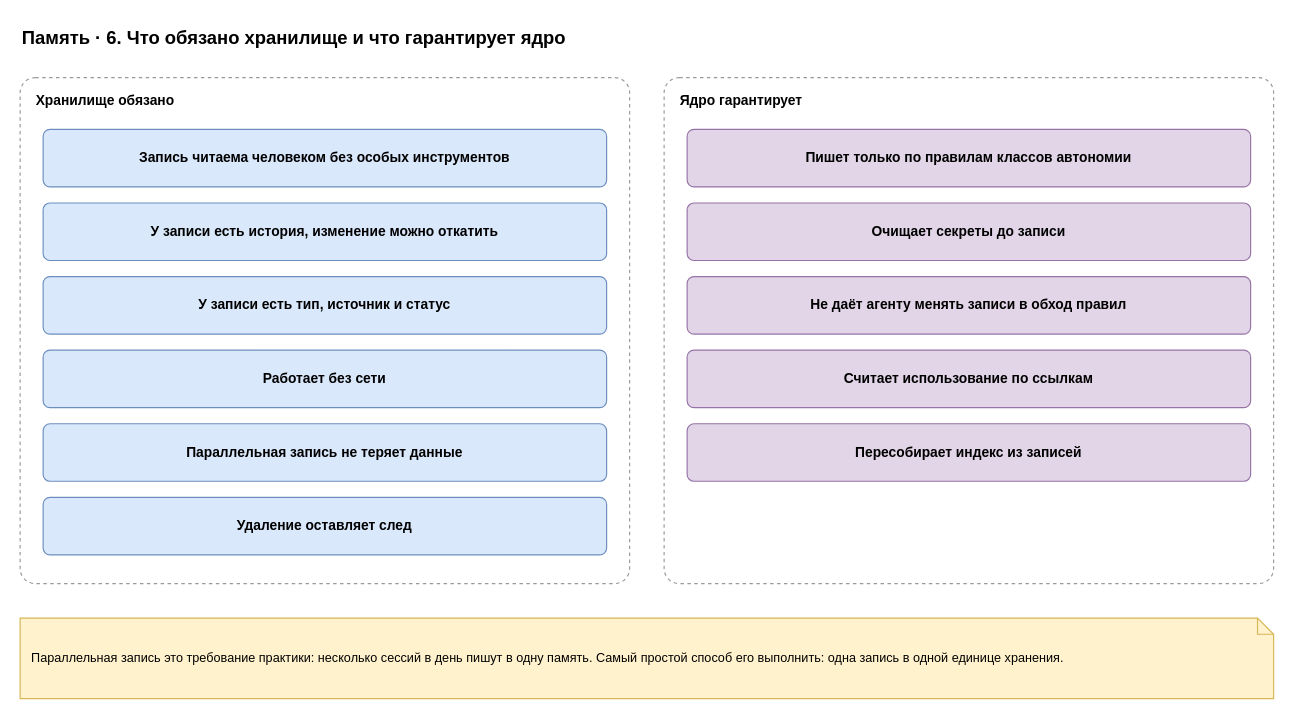
Before: page "6. Обязательства" (6 of 7) of docs/spec/harness-memory.drawio in roygkov/reins, a draw.io diagram. Source tidied: cells renumbered, new cells numbered last; positions are measured from the earlier drawing's top-left corner, leaving out a move shared by most shapes. Both pictures are drawn from the tidied source at 115%, with x=0, y=0 at pixel (20, 20).
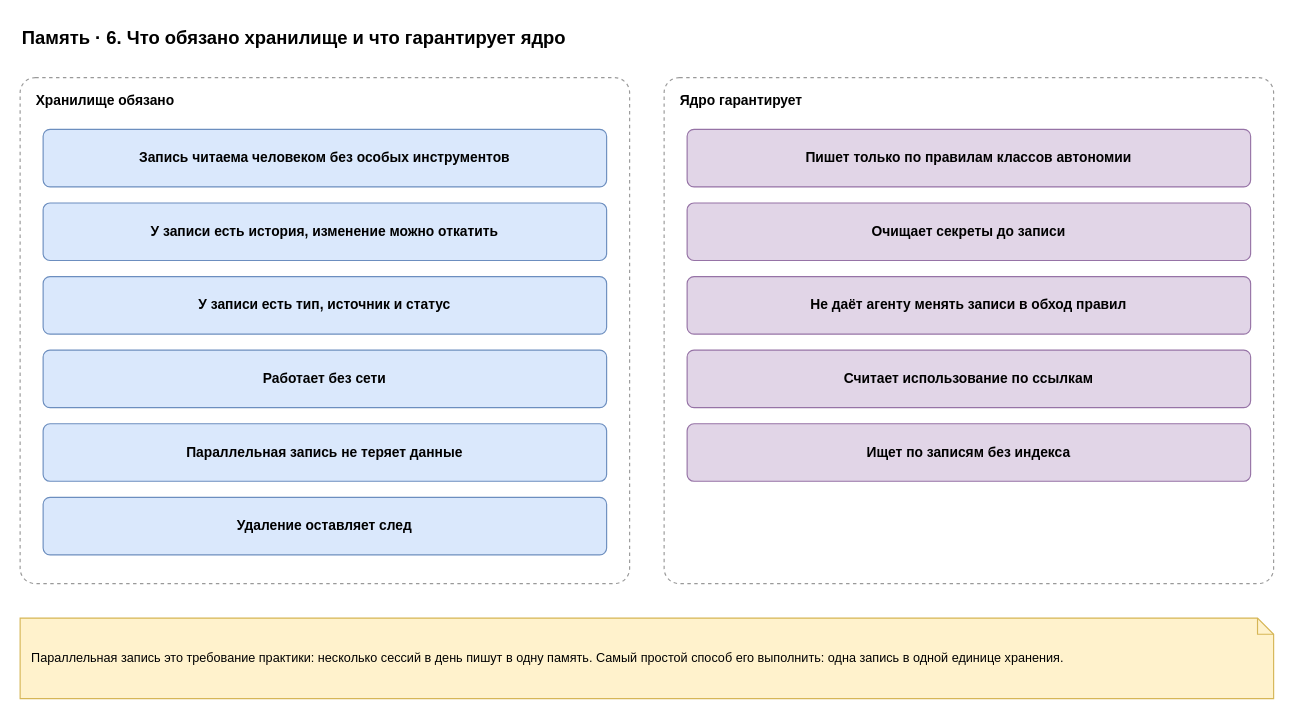
The same page after the edit.

What changed in the source:
```diff
@@
 <mxGraphModel>
   <root>
     <mxCell id="0" />
     <mxCell id="1" parent="0" />
     <mxCell id="2" value="Память · 6. Что обязано хранилище и что гарантирует ядро" style="text;html=1;align=left;verticalAlign=middle;whiteSpace=wrap;fontSize=16;strokeColor=none;fillColor=none;fontStyle=1;" parent="1" vertex="1">
       <mxGeometry width="900" height="30" as="geometry" />
     </mxCell>
     <mxCell id="3" value="&lt;b&gt;Хранилище обязано&lt;/b&gt;" style="rounded=1;whiteSpace=wrap;html=1;dashed=1;fillColor=none;strokeColor=#999999;verticalAlign=top;align=left;spacingLeft=12;spacingTop=6;arcSize=3;" parent="1" vertex="1">
       <mxGeometry y="50" width="530" height="440" as="geometry" />
     </mxCell>
     <mxCell id="4" value="&lt;b&gt;Запись читаема человеком без особых инструментов&lt;/b&gt;" style="rounded=1;whiteSpace=wrap;html=1;fillColor=#dae8fc;strokeColor=#6c8ebf;arcSize=12;" parent="1" vertex="1">
       <mxGeometry x="20" y="95" width="490" height="50" as="geometry" />
     </mxCell>
     <mxCell id="5" value="&lt;b&gt;У записи есть история, изменение можно откатить&lt;/b&gt;" style="rounded=1;whiteSpace=wrap;html=1;fillColor=#dae8fc;strokeColor=#6c8ebf;arcSize=12;" parent="1" vertex="1">
       <mxGeometry x="20" y="159" width="490" height="50" as="geometry" />
     </mxCell>
     <mxCell id="6" value="&lt;b&gt;У записи есть тип, источник и статус&lt;/b&gt;" style="rounded=1;whiteSpace=wrap;html=1;fillColor=#dae8fc;strokeColor=#6c8ebf;arcSize=12;" parent="1" vertex="1">
       <mxGeometry x="20" y="223" width="490" height="50" as="geometry" />
     </mxCell>
     <mxCell id="7" value="&lt;b&gt;Работает без сети&lt;/b&gt;" style="rounded=1;whiteSpace=wrap;html=1;fillColor=#dae8fc;strokeColor=#6c8ebf;arcSize=12;" parent="1" vertex="1">
       <mxGeometry x="20" y="287" width="490" height="50" as="geometry" />
     </mxCell>
     <mxCell id="8" value="&lt;b&gt;Параллельная запись не теряет данные&lt;/b&gt;" style="rounded=1;whiteSpace=wrap;html=1;fillColor=#dae8fc;strokeColor=#6c8ebf;arcSize=12;" parent="1" vertex="1">
       <mxGeometry x="20" y="351" width="490" height="50" as="geometry" />
     </mxCell>
     <mxCell id="9" value="&lt;b&gt;Удаление оставляет след&lt;/b&gt;" style="rounded=1;whiteSpace=wrap;html=1;fillColor=#dae8fc;strokeColor=#6c8ebf;arcSize=12;" parent="1" vertex="1">
       <mxGeometry x="20" y="415" width="490" height="50" as="geometry" />
     </mxCell>
     <mxCell id="10" value="&lt;b&gt;Ядро гарантирует&lt;/b&gt;" style="rounded=1;whiteSpace=wrap;html=1;dashed=1;fillColor=none;strokeColor=#999999;verticalAlign=top;align=left;spacingLeft=12;spacingTop=6;arcSize=3;" parent="1" vertex="1">
       <mxGeometry x="560" y="50" width="530" height="440" as="geometry" />
     </mxCell>
     <mxCell id="11" value="&lt;b&gt;Пишет только по правилам классов автономии&lt;/b&gt;" style="rounded=1;whiteSpace=wrap;html=1;fillColor=#e1d5e7;strokeColor=#9673a6;arcSize=12;" parent="1" vertex="1">
       <mxGeometry x="580" y="95" width="490" height="50" as="geometry" />
     </mxCell>
     <mxCell id="12" value="&lt;b&gt;Очищает секреты до записи&lt;/b&gt;" style="rounded=1;whiteSpace=wrap;html=1;fillColor=#e1d5e7;strokeColor=#9673a6;arcSize=12;" parent="1" vertex="1">
       <mxGeometry x="580" y="159" width="490" height="50" as="geometry" />
     </mxCell>
     <mxCell id="13" value="&lt;b&gt;Не даёт агенту менять записи в обход правил&lt;/b&gt;" style="rounded=1;whiteSpace=wrap;html=1;fillColor=#e1d5e7;strokeColor=#9673a6;arcSize=12;" parent="1" vertex="1">
       <mxGeometry x="580" y="223" width="490" height="50" as="geometry" />
     </mxCell>
     <mxCell id="14" value="&lt;b&gt;Считает использование по ссылкам&lt;/b&gt;" style="rounded=1;whiteSpace=wrap;html=1;fillColor=#e1d5e7;strokeColor=#9673a6;arcSize=12;" parent="1" vertex="1">
       <mxGeometry x="580" y="287" width="490" height="50" as="geometry" />
     </mxCell>
-    <mxCell id="15" value="&lt;b&gt;Пересобирает индекс из записей&lt;/b&gt;" style="rounded=1;whiteSpace=wrap;html=1;fillColor=#e1d5e7;strokeColor=#9673a6;arcSize=12;" parent="1" vertex="1">
+    <mxCell id="15" value="&lt;b&gt;Ищет по записям без индекса&lt;/b&gt;" style="rounded=1;whiteSpace=wrap;html=1;fillColor=#e1d5e7;strokeColor=#9673a6;arcSize=12;" parent="1" vertex="1">
       <mxGeometry x="580" y="351" width="490" height="50" as="geometry" />
     </mxCell>
     <mxCell id="16" value="Параллельная запись это требование практики: несколько сессий в день пишут в одну память. Самый простой способ его выполнить: одна запись в одной единице хранения." style="shape=note;whiteSpace=wrap;html=1;backgroundOutline=1;size=14;fillColor=#fff2cc;strokeColor=#d6b656;align=left;spacingLeft=8;spacingRight=8;fontSize=11;" parent="1" vertex="1">
       <mxGeometry y="520" width="1090" height="70" as="geometry" />
     </mxCell>
   </root>
 </mxGraphModel>
```
